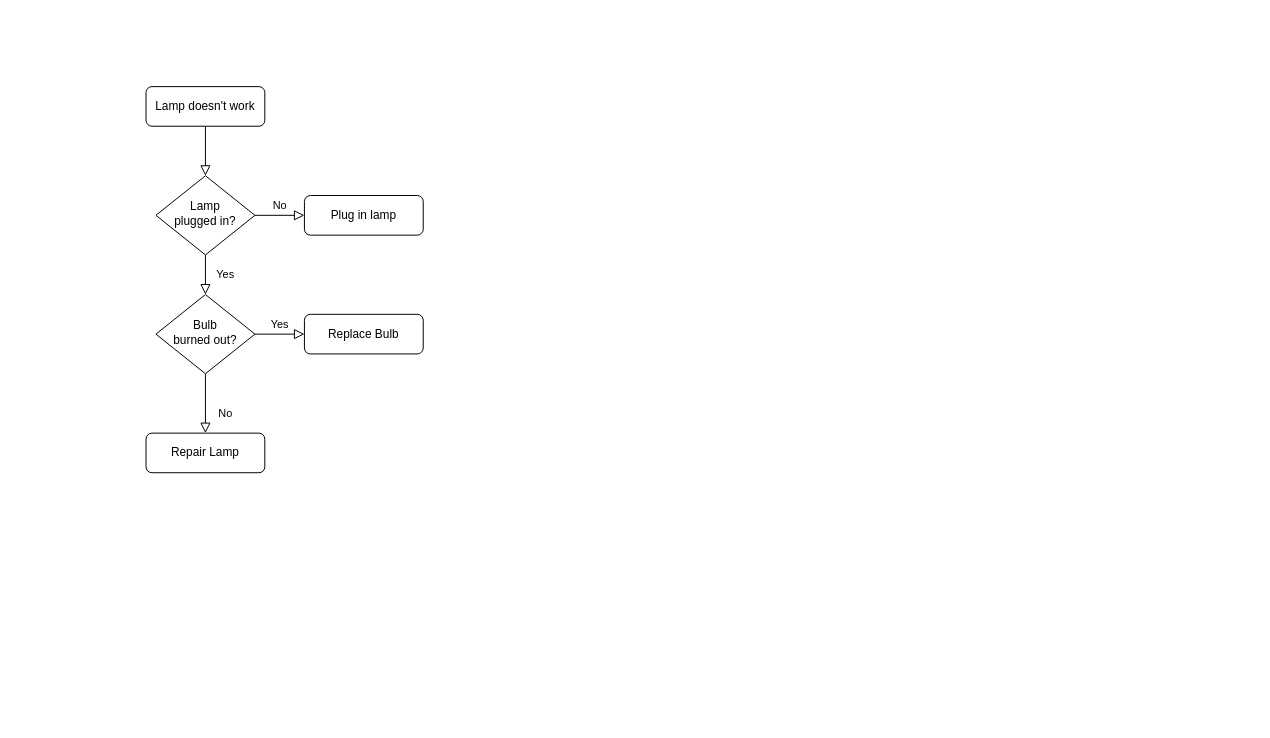
Before: matoa.drawio in ridhobc/nento-resolusi, a draw.io diagram. Source tidied: cells renumbered, new cells numbered last; positions are measured from the earlier drawing's top-left corner, leaving out a move shared by most shapes. Both pictures are drawn from the tidied source at 99%, with x=0, y=0 at pixel (146, 86).
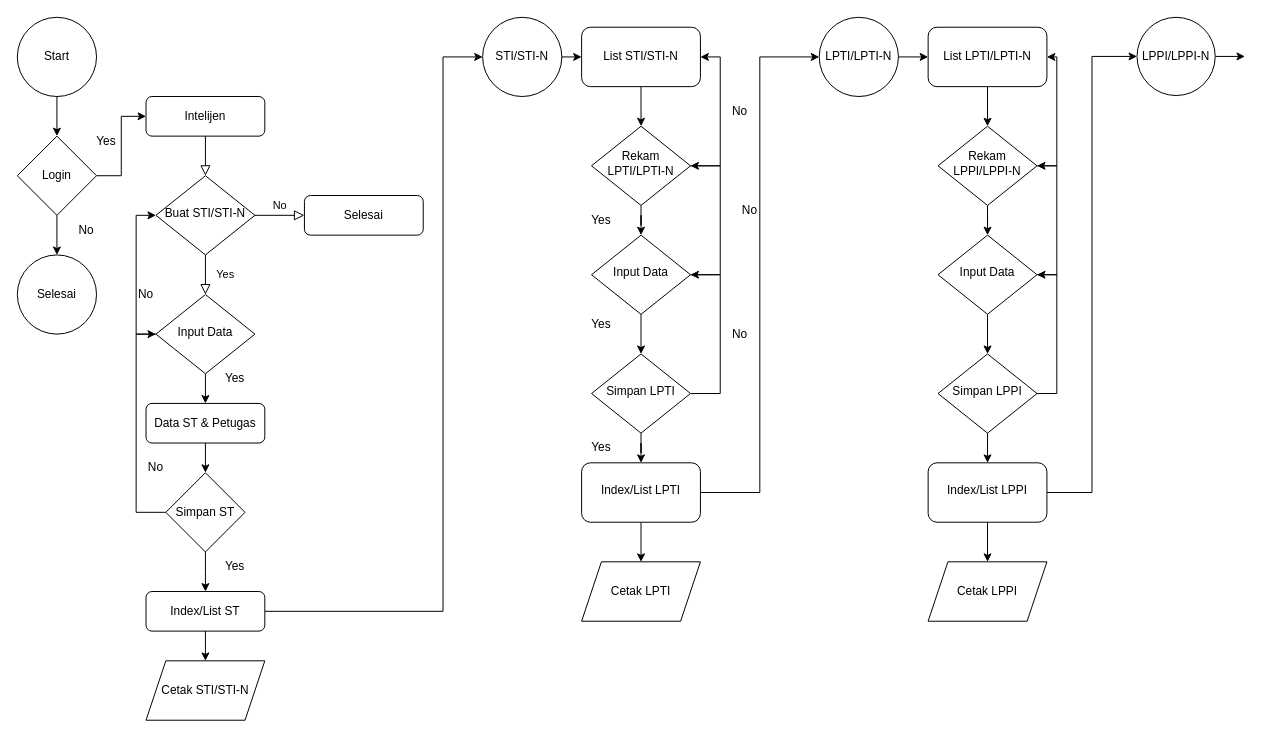
Above is the later version.

The edit, as a diff of the source:
```diff
@@
-    <mxCell id="3" value="Lamp doesn't work" style="rounded=1;whiteSpace=wrap;html=1;fontSize=12;glass=0;strokeWidth=1;shadow=0;" parent="1" vertex="1">
-      <mxGeometry width="120" height="40" as="geometry" />
+    <mxCell id="3" value="Intelijen" style="rounded=1;whiteSpace=wrap;html=1;fontSize=12;glass=0;strokeWidth=1;shadow=0;" parent="1" vertex="1">
+      <mxGeometry y="10" width="120" height="40" as="geometry" />
     </mxCell>
@@
-    <mxCell id="6" value="Lamp&lt;br&gt;plugged in?" style="rhombus;whiteSpace=wrap;html=1;shadow=0;fontFamily=Helvetica;fontSize=12;align=center;strokeWidth=1;spacing=6;spacingTop=-4;" parent="1" vertex="1">
+    <mxCell id="6" value="Buat STI/STI-N" style="rhombus;whiteSpace=wrap;html=1;shadow=0;fontFamily=Helvetica;fontSize=12;align=center;strokeWidth=1;spacing=6;spacingTop=-4;" parent="1" vertex="1">
       <mxGeometry x="10" y="90" width="100" height="80" as="geometry" />
     </mxCell>
-    <mxCell id="7" value="Plug in lamp" style="rounded=1;whiteSpace=wrap;html=1;fontSize=12;glass=0;strokeWidth=1;shadow=0;" parent="1" vertex="1">
+    <mxCell id="7" value="Selesai" style="rounded=1;whiteSpace=wrap;html=1;fontSize=12;glass=0;strokeWidth=1;shadow=0;" parent="1" vertex="1">
       <mxGeometry x="160" y="110" width="120" height="40" as="geometry" />
     </mxCell>
-    <mxCell id="8" value="No" style="rounded=0;html=1;jettySize=auto;fontSize=11;endArrow=block;endFill=0;endSize=8;strokeWidth=1;shadow=0;labelBackgroundColor=none;edgeStyle=orthogonalEdgeStyle;" parent="1" edge="1" source="10" target="11">
-      <mxGeometry x="0.33" y="20" relative="1" as="geometry" />
+    <mxCell id="8" style="edgeStyle=orthogonalEdgeStyle;rounded=0;jettySize=auto;html=1;exitX=0.5;exitY=1;exitDx=0;exitDy=0;entryX=0.5;entryY=0;entryDx=0;entryDy=0;" parent="1" edge="1" source="10" target="11">
+      <mxGeometry relative="1" as="geometry" />
     </mxCell>
-    <mxCell id="9" value="Yes" style="edgeStyle=orthogonalEdgeStyle;rounded=0;html=1;jettySize=auto;fontSize=11;endArrow=block;endFill=0;endSize=8;strokeWidth=1;shadow=0;labelBackgroundColor=none;" parent="1" edge="1" source="10" target="12">
-      <mxGeometry y="10" relative="1" as="geometry" />
-    </mxCell>
+    <mxCell id="13" style="edgeStyle=orthogonalEdgeStyle;rounded=0;jettySize=auto;html=1;entryX=0;entryY=0.5;entryDx=0;entryDy=0;" parent="1" edge="1" source="10" target="6">
+      <mxGeometry relative="1" as="geometry">
+        <Array as="points">
+          <mxPoint x="-10" y="250" />
+          <mxPoint x="-10" y="130" />
+        </Array>
+      </mxGeometry>
+    </mxCell>
-    <mxCell id="10" value="Bulb&lt;br&gt;burned out?" style="rhombus;whiteSpace=wrap;html=1;shadow=0;fontFamily=Helvetica;fontSize=12;align=center;strokeWidth=1;spacing=6;spacingTop=-4;" parent="1" vertex="1">
+    <mxCell id="10" value="Input Data" style="rhombus;whiteSpace=wrap;html=1;shadow=0;fontFamily=Helvetica;fontSize=12;align=center;strokeWidth=1;spacing=6;spacingTop=-4;" parent="1" vertex="1">
       <mxGeometry x="10" y="210" width="100" height="80" as="geometry" />
     </mxCell>
+    <mxCell id="14" style="edgeStyle=orthogonalEdgeStyle;rounded=0;jettySize=auto;html=1;exitX=0.5;exitY=1;exitDx=0;exitDy=0;entryX=0.5;entryY=0;entryDx=0;entryDy=0;" parent="1" edge="1" source="11" target="26">
+      <mxGeometry relative="1" as="geometry" />
+    </mxCell>
-    <mxCell id="11" value="Repair Lamp" style="rounded=1;whiteSpace=wrap;html=1;fontSize=12;glass=0;strokeWidth=1;shadow=0;" parent="1" vertex="1">
-      <mxGeometry y="350" width="120" height="40" as="geometry" />
+    <mxCell id="11" value="Data ST &amp;amp; Petugas" style="rounded=1;whiteSpace=wrap;html=1;fontSize=12;glass=0;strokeWidth=1;shadow=0;" parent="1" vertex="1">
+      <mxGeometry y="320" width="120" height="40" as="geometry" />
     </mxCell>
-    <mxCell id="12" value="Replace Bulb" style="rounded=1;whiteSpace=wrap;html=1;fontSize=12;glass=0;strokeWidth=1;shadow=0;" parent="1" vertex="1">
-      <mxGeometry x="160" y="230" width="120" height="40" as="geometry" />
-    </mxCell>
+    <mxCell id="15" style="edgeStyle=orthogonalEdgeStyle;rounded=0;jettySize=auto;html=1;entryX=0.5;entryY=0;entryDx=0;entryDy=0;" parent="1" edge="1" source="16" target="19">
+      <mxGeometry relative="1" as="geometry" />
+    </mxCell>
+    <mxCell id="16" value="Start" style="ellipse;whiteSpace=wrap;html=1;" parent="1" vertex="1">
+      <mxGeometry x="-130" y="-70" width="80" height="80" as="geometry" />
+    </mxCell>
+    <mxCell id="17" style="edgeStyle=orthogonalEdgeStyle;rounded=0;jettySize=auto;html=1;entryX=0;entryY=0.5;entryDx=0;entryDy=0;" parent="1" edge="1" source="19" target="3">
+      <mxGeometry relative="1" as="geometry" />
+    </mxCell>
+    <mxCell id="18" style="edgeStyle=orthogonalEdgeStyle;rounded=0;jettySize=auto;html=1;exitX=0.5;exitY=1;exitDx=0;exitDy=0;entryX=0.5;entryY=0;entryDx=0;entryDy=0;" parent="1" edge="1" source="19" target="21">
+      <mxGeometry relative="1" as="geometry" />
+    </mxCell>
+    <mxCell id="19" value="Login" style="rhombus;whiteSpace=wrap;html=1;" parent="1" vertex="1">
+      <mxGeometry x="-130" y="50" width="80" height="80" as="geometry" />
+    </mxCell>
+    <mxCell id="20" value="Yes" style="text;html=1;strokeColor=none;fillColor=none;align=center;verticalAlign=middle;whiteSpace=wrap;rounded=0;" parent="1" vertex="1">
+      <mxGeometry x="-70" y="40" width="60" height="30" as="geometry" />
+    </mxCell>
+    <mxCell id="21" value="Selesai" style="ellipse;whiteSpace=wrap;html=1;" parent="1" vertex="1">
+      <mxGeometry x="-130" y="170" width="80" height="80" as="geometry" />
+    </mxCell>
+    <mxCell id="22" value="No" style="text;html=1;strokeColor=none;fillColor=none;align=center;verticalAlign=middle;whiteSpace=wrap;rounded=0;" parent="1" vertex="1">
+      <mxGeometry x="-90" y="130" width="60" height="30" as="geometry" />
+    </mxCell>
+    <mxCell id="23" value="Yes" style="text;html=1;strokeColor=none;fillColor=none;align=center;verticalAlign=middle;whiteSpace=wrap;rounded=0;" parent="1" vertex="1">
+      <mxGeometry x="60" y="280" width="60" height="30" as="geometry" />
+    </mxCell>
+    <mxCell id="24" style="edgeStyle=orthogonalEdgeStyle;rounded=0;jettySize=auto;html=1;" parent="1" edge="1" source="26">
+      <mxGeometry relative="1" as="geometry">
+        <mxPoint x="60" y="510" as="targetPoint" />
+      </mxGeometry>
+    </mxCell>
+    <mxCell id="25" style="edgeStyle=orthogonalEdgeStyle;rounded=0;jettySize=auto;html=1;entryX=0;entryY=0.5;entryDx=0;entryDy=0;" parent="1" edge="1" source="26" target="10">
+      <mxGeometry relative="1" as="geometry">
+        <Array as="points">
+          <mxPoint x="-10" y="430" />
+          <mxPoint x="-10" y="250" />
+        </Array>
+      </mxGeometry>
+    </mxCell>
+    <mxCell id="26" value="Simpan ST" style="rhombus;whiteSpace=wrap;html=1;" parent="1" vertex="1">
+      <mxGeometry x="20" y="390" width="80" height="80" as="geometry" />
+    </mxCell>
+    <mxCell id="27" value="No" style="text;html=1;strokeColor=none;fillColor=none;align=center;verticalAlign=middle;whiteSpace=wrap;rounded=0;" parent="1" vertex="1">
+      <mxGeometry x="-30" y="195" width="60" height="30" as="geometry" />
+    </mxCell>
+    <mxCell id="28" value="Yes" style="text;html=1;strokeColor=none;fillColor=none;align=center;verticalAlign=middle;whiteSpace=wrap;rounded=0;" parent="1" vertex="1">
+      <mxGeometry x="60" y="470" width="60" height="30" as="geometry" />
+    </mxCell>
+    <mxCell id="29" value="No" style="text;html=1;strokeColor=none;fillColor=none;align=center;verticalAlign=middle;whiteSpace=wrap;rounded=0;" parent="1" vertex="1">
+      <mxGeometry x="-20" y="370" width="60" height="30" as="geometry" />
+    </mxCell>
+    <mxCell id="30" style="edgeStyle=orthogonalEdgeStyle;rounded=0;jettySize=auto;html=1;entryX=0;entryY=0.5;entryDx=0;entryDy=0;" parent="1" edge="1" source="32" target="34">
+      <mxGeometry relative="1" as="geometry">
+        <Array as="points">
+          <mxPoint x="300" y="530" />
+          <mxPoint x="300" y="-30" />
+        </Array>
+      </mxGeometry>
+    </mxCell>
+    <mxCell id="31" style="edgeStyle=orthogonalEdgeStyle;rounded=0;jettySize=auto;html=1;exitX=0.5;exitY=1;exitDx=0;exitDy=0;entryX=0.5;entryY=0;entryDx=0;entryDy=0;" parent="1" edge="1" source="32" target="43">
+      <mxGeometry relative="1" as="geometry" />
+    </mxCell>
+    <mxCell id="32" value="Index/List ST" style="rounded=1;whiteSpace=wrap;html=1;fontSize=12;glass=0;strokeWidth=1;shadow=0;" parent="1" vertex="1">
+      <mxGeometry y="510" width="120" height="40" as="geometry" />
+    </mxCell>
+    <mxCell id="33" style="edgeStyle=orthogonalEdgeStyle;rounded=0;jettySize=auto;html=1;exitX=1;exitY=0.5;exitDx=0;exitDy=0;entryX=0;entryY=0.5;entryDx=0;entryDy=0;" parent="1" edge="1" source="34" target="36">
+      <mxGeometry relative="1" as="geometry" />
+    </mxCell>
+    <mxCell id="34" value="STI/STI-N" style="ellipse;whiteSpace=wrap;html=1;" parent="1" vertex="1">
+      <mxGeometry x="340" y="-70" width="80" height="80" as="geometry" />
+    </mxCell>
+    <mxCell id="35" style="edgeStyle=orthogonalEdgeStyle;rounded=0;jettySize=auto;html=1;" parent="1" edge="1" source="36" target="39">
+      <mxGeometry relative="1" as="geometry" />
+    </mxCell>
+    <mxCell id="36" value="List STI/STI-N" style="rounded=1;whiteSpace=wrap;html=1;" parent="1" vertex="1">
+      <mxGeometry x="440" y="-60" width="120" height="60" as="geometry" />
+    </mxCell>
+    <mxCell id="37" style="edgeStyle=orthogonalEdgeStyle;rounded=0;jettySize=auto;html=1;entryX=1;entryY=0.5;entryDx=0;entryDy=0;" parent="1" edge="1" source="39" target="36">
+      <mxGeometry relative="1" as="geometry">
+        <Array as="points">
+          <mxPoint x="580" y="80" />
+          <mxPoint x="580" y="-30" />
+        </Array>
+      </mxGeometry>
+    </mxCell>
+    <mxCell id="38" style="edgeStyle=orthogonalEdgeStyle;rounded=0;jettySize=auto;html=1;entryX=0.5;entryY=0;entryDx=0;entryDy=0;" parent="1" edge="1" source="39" target="42">
+      <mxGeometry relative="1" as="geometry" />
+    </mxCell>
+    <mxCell id="39" value="Rekam LPTI/LPTI-N" style="rhombus;whiteSpace=wrap;html=1;shadow=0;fontFamily=Helvetica;fontSize=12;align=center;strokeWidth=1;spacing=6;spacingTop=-4;" parent="1" vertex="1">
+      <mxGeometry x="450" y="40" width="100" height="80" as="geometry" />
+    </mxCell>
+    <mxCell id="40" style="edgeStyle=orthogonalEdgeStyle;rounded=0;jettySize=auto;html=1;entryX=0.5;entryY=0;entryDx=0;entryDy=0;" parent="1" edge="1" source="42" target="46">
+      <mxGeometry relative="1" as="geometry" />
+    </mxCell>
+    <mxCell id="41" style="edgeStyle=orthogonalEdgeStyle;rounded=0;jettySize=auto;html=1;entryX=1;entryY=0.5;entryDx=0;entryDy=0;" parent="1" edge="1" source="42" target="39">
+      <mxGeometry relative="1" as="geometry">
+        <Array as="points">
+          <mxPoint x="580" y="190" />
+          <mxPoint x="580" y="80" />
+        </Array>
+      </mxGeometry>
+    </mxCell>
+    <mxCell id="42" value="Input Data" style="rhombus;whiteSpace=wrap;html=1;shadow=0;fontFamily=Helvetica;fontSize=12;align=center;strokeWidth=1;spacing=6;spacingTop=-4;" parent="1" vertex="1">
+      <mxGeometry x="450" y="150" width="100" height="80" as="geometry" />
+    </mxCell>
+    <mxCell id="43" value="Cetak STI/STI-N" style="shape=parallelogram;perimeter=parallelogramPerimeter;whiteSpace=wrap;html=1;fixedSize=1;" parent="1" vertex="1">
+      <mxGeometry y="580" width="120" height="60" as="geometry" />
+    </mxCell>
+    <mxCell id="44" style="edgeStyle=orthogonalEdgeStyle;rounded=0;jettySize=auto;html=1;" parent="1" edge="1" source="46" target="49">
+      <mxGeometry relative="1" as="geometry" />
+    </mxCell>
+    <mxCell id="45" style="edgeStyle=orthogonalEdgeStyle;rounded=0;jettySize=auto;html=1;exitX=1;exitY=0.5;exitDx=0;exitDy=0;entryX=1;entryY=0.5;entryDx=0;entryDy=0;" parent="1" edge="1" source="46" target="42">
+      <mxGeometry relative="1" as="geometry">
+        <Array as="points">
+          <mxPoint x="580" y="310" />
+          <mxPoint x="580" y="190" />
+        </Array>
+      </mxGeometry>
+    </mxCell>
+    <mxCell id="46" value="Simpan LPTI" style="rhombus;whiteSpace=wrap;html=1;shadow=0;fontFamily=Helvetica;fontSize=12;align=center;strokeWidth=1;spacing=6;spacingTop=-4;" parent="1" vertex="1">
+      <mxGeometry x="450" y="270" width="100" height="80" as="geometry" />
+    </mxCell>
+    <mxCell id="47" style="edgeStyle=orthogonalEdgeStyle;rounded=0;jettySize=auto;html=1;" parent="1" edge="1" source="49">
+      <mxGeometry relative="1" as="geometry">
+        <mxPoint x="500" y="480" as="targetPoint" />
+      </mxGeometry>
+    </mxCell>
+    <mxCell id="48" style="edgeStyle=orthogonalEdgeStyle;rounded=0;jettySize=auto;html=1;entryX=0;entryY=0.5;entryDx=0;entryDy=0;" parent="1" edge="1" source="49" target="58">
+      <mxGeometry relative="1" as="geometry" />
+    </mxCell>
+    <mxCell id="49" value="Index/List LPTI" style="rounded=1;whiteSpace=wrap;html=1;shadow=0;strokeWidth=1;spacing=6;spacingTop=-4;" parent="1" vertex="1">
+      <mxGeometry x="440" y="380" width="120" height="60" as="geometry" />
+    </mxCell>
+    <mxCell id="50" value="Yes" style="text;html=1;strokeColor=none;fillColor=none;align=center;verticalAlign=middle;whiteSpace=wrap;rounded=0;" parent="1" vertex="1">
+      <mxGeometry x="430" y="120" width="60" height="30" as="geometry" />
+    </mxCell>
+    <mxCell id="51" value="Yes" style="text;html=1;strokeColor=none;fillColor=none;align=center;verticalAlign=middle;whiteSpace=wrap;rounded=0;" parent="1" vertex="1">
+      <mxGeometry x="430" y="225" width="60" height="30" as="geometry" />
+    </mxCell>
+    <mxCell id="52" value="Yes" style="text;html=1;strokeColor=none;fillColor=none;align=center;verticalAlign=middle;whiteSpace=wrap;rounded=0;" parent="1" vertex="1">
+      <mxGeometry x="430" y="350" width="60" height="30" as="geometry" />
+    </mxCell>
+    <mxCell id="53" value="No" style="text;html=1;strokeColor=none;fillColor=none;align=center;verticalAlign=middle;whiteSpace=wrap;rounded=0;" parent="1" vertex="1">
+      <mxGeometry x="570" y="235" width="60" height="30" as="geometry" />
+    </mxCell>
+    <mxCell id="54" value="No" style="text;html=1;strokeColor=none;fillColor=none;align=center;verticalAlign=middle;whiteSpace=wrap;rounded=0;" parent="1" vertex="1">
+      <mxGeometry x="580" y="110" width="60" height="30" as="geometry" />
+    </mxCell>
+    <mxCell id="55" value="No" style="text;html=1;strokeColor=none;fillColor=none;align=center;verticalAlign=middle;whiteSpace=wrap;rounded=0;" parent="1" vertex="1">
+      <mxGeometry x="570" y="10" width="60" height="30" as="geometry" />
+    </mxCell>
+    <mxCell id="56" value="Cetak LPTI" style="shape=parallelogram;perimeter=parallelogramPerimeter;whiteSpace=wrap;html=1;fixedSize=1;" parent="1" vertex="1">
+      <mxGeometry x="440" y="480" width="120" height="60" as="geometry" />
+    </mxCell>
+    <mxCell id="57" style="edgeStyle=orthogonalEdgeStyle;rounded=0;jettySize=auto;html=1;exitX=1;exitY=0.5;exitDx=0;exitDy=0;entryX=0;entryY=0.5;entryDx=0;entryDy=0;" parent="1" edge="1" source="58" target="60">
+      <mxGeometry relative="1" as="geometry" />
+    </mxCell>
+    <mxCell id="58" value="LPTI/LPTI-N" style="ellipse;whiteSpace=wrap;html=1;" parent="1" vertex="1">
+      <mxGeometry x="680" y="-70" width="80" height="80" as="geometry" />
+    </mxCell>
+    <mxCell id="59" style="edgeStyle=orthogonalEdgeStyle;rounded=0;jettySize=auto;html=1;" parent="1" edge="1" source="60" target="63">
+      <mxGeometry relative="1" as="geometry" />
+    </mxCell>
+    <mxCell id="60" value="List LPTI/LPTI-N" style="rounded=1;whiteSpace=wrap;html=1;" parent="1" vertex="1">
+      <mxGeometry x="790" y="-60" width="120" height="60" as="geometry" />
+    </mxCell>
+    <mxCell id="61" style="edgeStyle=orthogonalEdgeStyle;rounded=0;jettySize=auto;html=1;exitX=0.5;exitY=1;exitDx=0;exitDy=0;" parent="1" edge="1" source="63" target="66">
+      <mxGeometry relative="1" as="geometry" />
+    </mxCell>
+    <mxCell id="62" style="edgeStyle=orthogonalEdgeStyle;rounded=0;jettySize=auto;html=1;exitX=1;exitY=0.5;exitDx=0;exitDy=0;entryX=1;entryY=0.5;entryDx=0;entryDy=0;" parent="1" edge="1" source="63" target="60">
+      <mxGeometry relative="1" as="geometry" />
+    </mxCell>
+    <mxCell id="63" value="Rekam LPPI/LPPI-N" style="rhombus;whiteSpace=wrap;html=1;shadow=0;fontFamily=Helvetica;fontSize=12;align=center;strokeWidth=1;spacing=6;spacingTop=-4;" parent="1" vertex="1">
+      <mxGeometry x="800" y="40" width="100" height="80" as="geometry" />
+    </mxCell>
+    <mxCell id="64" style="edgeStyle=orthogonalEdgeStyle;rounded=0;jettySize=auto;html=1;exitX=0.5;exitY=1;exitDx=0;exitDy=0;entryX=0.5;entryY=0;entryDx=0;entryDy=0;" parent="1" edge="1" source="66" target="69">
+      <mxGeometry relative="1" as="geometry" />
+    </mxCell>
+    <mxCell id="65" style="edgeStyle=orthogonalEdgeStyle;rounded=0;jettySize=auto;html=1;exitX=1;exitY=0.5;exitDx=0;exitDy=0;" parent="1" edge="1" source="66">
+      <mxGeometry relative="1" as="geometry">
+        <mxPoint x="900" y="80" as="targetPoint" />
+        <Array as="points">
+          <mxPoint x="920" y="190" />
+          <mxPoint x="920" y="80" />
+        </Array>
+      </mxGeometry>
+    </mxCell>
+    <mxCell id="66" value="Input Data" style="rhombus;whiteSpace=wrap;html=1;shadow=0;fontFamily=Helvetica;fontSize=12;align=center;strokeWidth=1;spacing=6;spacingTop=-4;" parent="1" vertex="1">
+      <mxGeometry x="800" y="150" width="100" height="80" as="geometry" />
+    </mxCell>
+    <mxCell id="67" style="edgeStyle=orthogonalEdgeStyle;rounded=0;jettySize=auto;html=1;exitX=0.5;exitY=1;exitDx=0;exitDy=0;entryX=0.5;entryY=0;entryDx=0;entryDy=0;" parent="1" edge="1" source="69" target="72">
+      <mxGeometry relative="1" as="geometry" />
+    </mxCell>
+    <mxCell id="68" style="edgeStyle=orthogonalEdgeStyle;rounded=0;jettySize=auto;html=1;exitX=1;exitY=0.5;exitDx=0;exitDy=0;entryX=1;entryY=0.5;entryDx=0;entryDy=0;" parent="1" edge="1" source="69" target="66">
+      <mxGeometry relative="1" as="geometry" />
+    </mxCell>
+    <mxCell id="69" value="Simpan LPPI" style="rhombus;whiteSpace=wrap;html=1;shadow=0;fontFamily=Helvetica;fontSize=12;align=center;strokeWidth=1;spacing=6;spacingTop=-4;" parent="1" vertex="1">
+      <mxGeometry x="800" y="270" width="100" height="80" as="geometry" />
+    </mxCell>
+    <mxCell id="70" style="edgeStyle=orthogonalEdgeStyle;rounded=0;jettySize=auto;html=1;exitX=0.5;exitY=1;exitDx=0;exitDy=0;" parent="1" edge="1" source="72" target="73">
+      <mxGeometry relative="1" as="geometry" />
+    </mxCell>
+    <mxCell id="71" style="edgeStyle=orthogonalEdgeStyle;rounded=0;jettySize=auto;html=1;exitX=1;exitY=0.5;exitDx=0;exitDy=0;entryX=0;entryY=0.5;entryDx=0;entryDy=0;" parent="1" edge="1" source="72" target="75">
+      <mxGeometry relative="1" as="geometry" />
+    </mxCell>
+    <mxCell id="72" value="Index/List LPPI" style="rounded=1;whiteSpace=wrap;html=1;shadow=0;strokeWidth=1;spacing=6;spacingTop=-4;" parent="1" vertex="1">
+      <mxGeometry x="790" y="380" width="120" height="60" as="geometry" />
+    </mxCell>
+    <mxCell id="73" value="Cetak LPPI" style="shape=parallelogram;perimeter=parallelogramPerimeter;whiteSpace=wrap;html=1;fixedSize=1;" parent="1" vertex="1">
+      <mxGeometry x="790" y="480" width="120" height="60" as="geometry" />
+    </mxCell>
+    <mxCell id="74" style="edgeStyle=orthogonalEdgeStyle;rounded=0;jettySize=auto;html=1;" parent="1" edge="1" source="75">
+      <mxGeometry relative="1" as="geometry">
+        <mxPoint x="1110" y="-30.5" as="targetPoint" />
+      </mxGeometry>
+    </mxCell>
+    <mxCell id="75" value="LPPI/LPPI-N" style="ellipse;whiteSpace=wrap;html=1;" parent="1" vertex="1">
+      <mxGeometry x="1001" y="-70" width="79" height="79" as="geometry" />
+    </mxCell>
```
